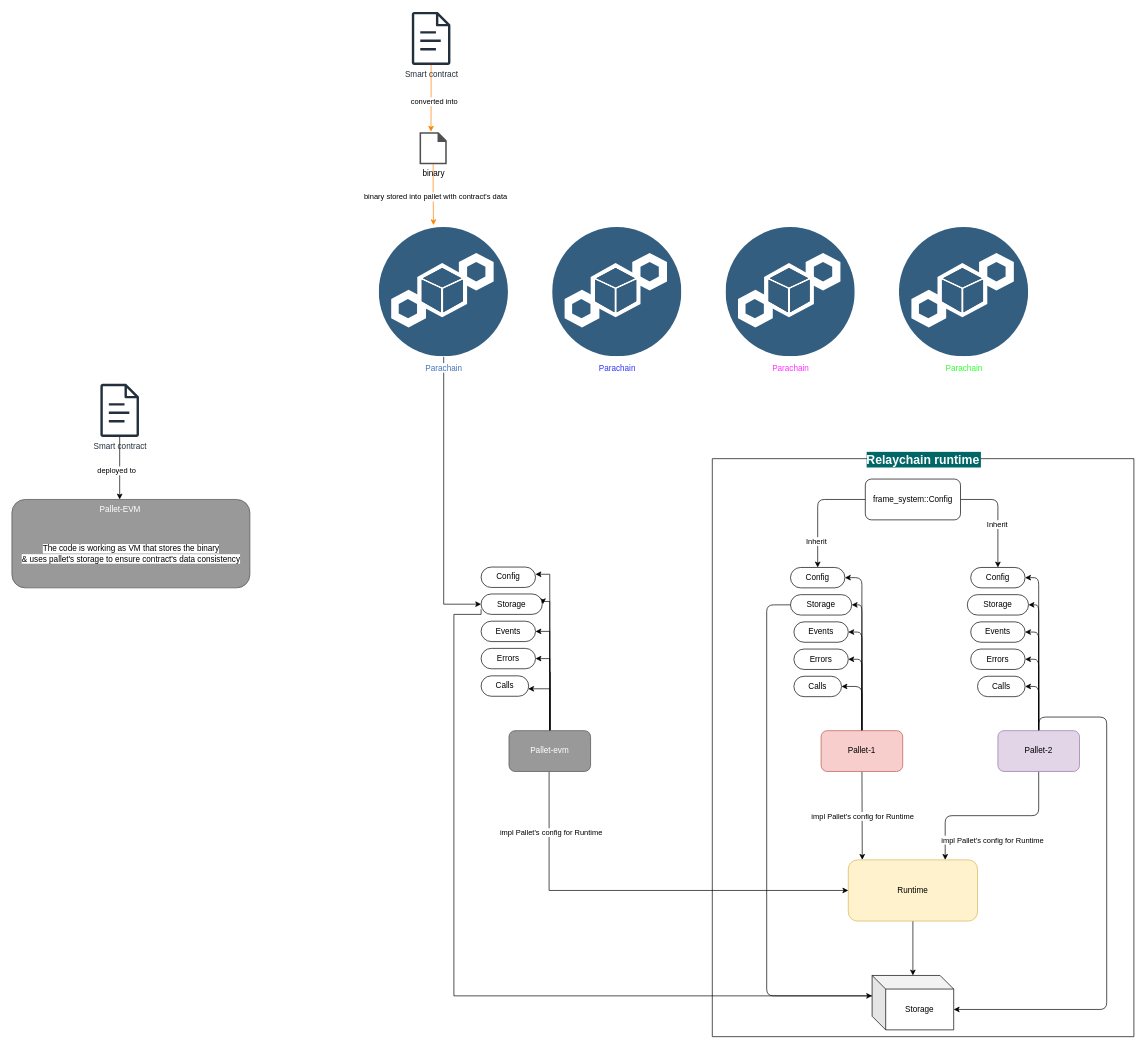
Before: page "Runtime Arch" (2 of 6) of img/substrate_learning.drawio in abhi3700/My_Learning_Substrate, a draw.io diagram. Source tidied: cells renumbered, new cells numbered last; positions are measured from the earlier drawing's top-left corner, leaving out a move shared by most shapes. Both pictures are drawn from the tidied source at 68%, with x=0, y=0 at pixel (12, 12).
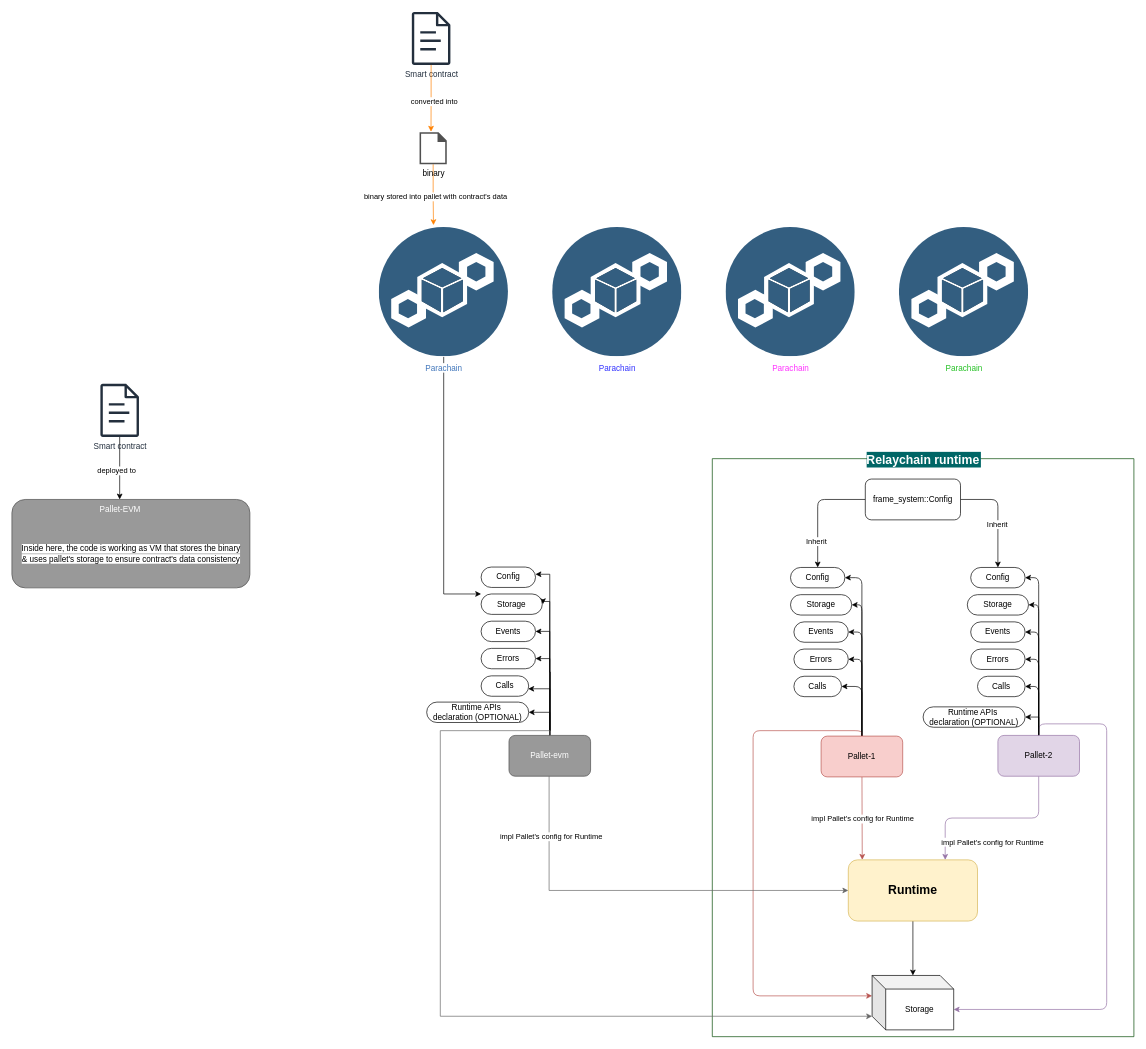
The same diagram, later.

Unchanged cells that the change refers to:
```xml
<mxCell id="28" value="Storage" style="shape=cube;whiteSpace=wrap;html=1;boundedLbl=1;backgroundOutline=1;darkOpacity=0.05;darkOpacity2=0.1;rounded=1;" parent="1" vertex="1">
  <mxGeometry x="1265" y="1417" width="120" height="80" as="geometry" />
</mxCell>
<mxCell id="31" value="&lt;span style=&quot;font-weight: normal;&quot;&gt;Storage&lt;/span&gt;" style="whiteSpace=wrap;html=1;rounded=1;arcSize=50;align=center;verticalAlign=middle;strokeWidth=1;spacing=4;newEdgeStyle={&quot;edgeStyle&quot;:&quot;entityRelationEdgeStyle&quot;,&quot;startArrow&quot;:&quot;none&quot;,&quot;endArrow&quot;:&quot;none&quot;,&quot;segment&quot;:10,&quot;curved&quot;:1,&quot;sourcePerimeterSpacing&quot;:0,&quot;targetPerimeterSpacing&quot;:0};fontStyle=1;" parent="1" vertex="1">
  <mxGeometry x="1145" y="857" width="90" height="30" as="geometry" />
</mxCell>
<mxCell id="39" value="Parachain" style="image;perimeter=ellipsePerimeter;html=1;align=center;shadow=0;dashed=0;fontColor=#4277BB;labelBackgroundColor=default;fontSize=12;spacingTop=3;image=img/lib/ibm/blockchain/ledger.svg;imageBackground=default;" parent="1" vertex="1">
  <mxGeometry x="540" y="317" width="190" height="190" as="geometry" />
</mxCell>
<mxCell id="63" value="&lt;span style=&quot;font-weight: normal;&quot;&gt;Storage&lt;/span&gt;" style="whiteSpace=wrap;html=1;rounded=1;arcSize=50;align=center;verticalAlign=middle;strokeWidth=1;spacing=4;newEdgeStyle={&quot;edgeStyle&quot;:&quot;entityRelationEdgeStyle&quot;,&quot;startArrow&quot;:&quot;none&quot;,&quot;endArrow&quot;:&quot;none&quot;,&quot;segment&quot;:10,&quot;curved&quot;:1,&quot;sourcePerimeterSpacing&quot;:0,&quot;targetPerimeterSpacing&quot;:0};fontStyle=1;" parent="1" vertex="1">
  <mxGeometry x="690" y="856" width="90" height="30" as="geometry" />
</mxCell>
<mxCell id="67" style="group;" parent="1" vertex="1">
  <mxGeometry y="717" width="350" height="130" as="geometry" />
</mxCell>
```

What changed in the source:
```diff
@@
-    <mxCell id="2" style="edgeStyle=none;html=1;startArrow=classic;startFill=1;endArrow=none;endFill=0;exitX=0.108;exitY=0;exitDx=0;exitDy=0;exitPerimeter=0;" parent="1" edge="1" source="13" target="10">
+    <mxCell id="2" style="edgeStyle=none;html=1;startArrow=classic;startFill=1;endArrow=none;endFill=0;exitX=0.108;exitY=0;exitDx=0;exitDy=0;exitPerimeter=0;fillColor=#f8cecc;strokeColor=#b85450;" parent="1" edge="1" source="13" target="10">
       <mxGeometry relative="1" as="geometry" />
     </mxCell>
@@
-    <mxCell id="7" style="edgeStyle=orthogonalEdgeStyle;rounded=1;html=1;entryX=0;entryY=0;entryDx=0;entryDy=30;entryPerimeter=0;startArrow=none;startFill=0;endArrow=classic;endFill=1;exitX=0;exitY=0.5;exitDx=0;exitDy=0;" parent="1" edge="1" source="31" target="28">
+    <mxCell id="7" style="edgeStyle=orthogonalEdgeStyle;rounded=1;html=1;entryX=0;entryY=0;entryDx=0;entryDy=30;entryPerimeter=0;startArrow=none;startFill=0;endArrow=classic;endFill=1;exitX=0.5;exitY=0;exitDx=0;exitDy=0;fillColor=#f8cecc;strokeColor=#b85450;" parent="1" edge="1" source="10" target="28">
       <mxGeometry relative="1" as="geometry">
         <Array as="points">
-          <mxPoint x="1110" y="872" />
-          <mxPoint x="1110" y="1447" />
+          <mxPoint x="1090" y="1057" />
+          <mxPoint x="1090" y="1447" />
         </Array>
       </mxGeometry>
     </mxCell>
@@
     <mxCell id="10" value="Pallet-1" style="whiteSpace=wrap;html=1;fillColor=#f8cecc;strokeColor=#b85450;rounded=1;" parent="1" vertex="1">
-      <mxGeometry x="1190" y="1057" width="120" height="60" as="geometry" />
+      <mxGeometry x="1190" y="1065" width="120" height="60" as="geometry" />
     </mxCell>
@@
-    <mxCell id="13" value="Runtime" style="rounded=1;whiteSpace=wrap;html=1;fillColor=#fff2cc;strokeColor=#d6b656;" parent="1" vertex="1">
+    <mxCell id="13" value="&lt;b&gt;&lt;font style=&quot;font-size: 18px;&quot;&gt;Runtime&lt;/font&gt;&lt;/b&gt;" style="rounded=1;whiteSpace=wrap;html=1;fillColor=#fff2cc;strokeColor=#d6b656;" parent="1" vertex="1">
       <mxGeometry x="1230" y="1247" width="190" height="90" as="geometry" />
     </mxCell>
@@
-    <mxCell id="19" style="edgeStyle=orthogonalEdgeStyle;html=1;entryX=0.75;entryY=0;entryDx=0;entryDy=0;startArrow=none;startFill=0;endArrow=classic;endFill=1;exitX=0.5;exitY=1;exitDx=0;exitDy=0;" parent="1" edge="1" source="24" target="13">
+    <mxCell id="19" style="edgeStyle=orthogonalEdgeStyle;html=1;entryX=0.75;entryY=0;entryDx=0;entryDy=0;startArrow=none;startFill=0;endArrow=classic;endFill=1;exitX=0.5;exitY=1;exitDx=0;exitDy=0;fillColor=#e1d5e7;strokeColor=#9673a6;" parent="1" edge="1" source="24" target="13">
       <mxGeometry relative="1" as="geometry" />
     </mxCell>
@@
-    <mxCell id="21" style="edgeStyle=orthogonalEdgeStyle;rounded=1;html=1;entryX=0;entryY=0;entryDx=120;entryDy=50;entryPerimeter=0;startArrow=none;startFill=0;endArrow=classic;endFill=1;exitX=0.5;exitY=0;exitDx=0;exitDy=0;" parent="1" edge="1" source="24" target="28">
+    <mxCell id="21" style="edgeStyle=orthogonalEdgeStyle;rounded=1;html=1;entryX=0;entryY=0;entryDx=120;entryDy=50;entryPerimeter=0;startArrow=none;startFill=0;endArrow=classic;endFill=1;exitX=0.5;exitY=0;exitDx=0;exitDy=0;fillColor=#e1d5e7;strokeColor=#9673a6;" parent="1" edge="1" source="24" target="28">
       <mxGeometry relative="1" as="geometry">
         <Array as="points">
-          <mxPoint x="1510" y="1037" />
-          <mxPoint x="1610" y="1037" />
+          <mxPoint x="1510" y="1047" />
+          <mxPoint x="1610" y="1047" />
           <mxPoint x="1610" y="1467" />
         </Array>
       </mxGeometry>
     </mxCell>
@@
+    <mxCell id="71" style="edgeStyle=orthogonalEdgeStyle;rounded=0;jettySize=auto;html=1;entryX=1;entryY=0.5;entryDx=0;entryDy=0;" parent="1" edge="1" source="24" target="72">
+      <mxGeometry relative="1" as="geometry" />
+    </mxCell>
     <mxCell id="24" value="Pallet-2" style="whiteSpace=wrap;html=1;fillColor=#e1d5e7;strokeColor=#9673a6;rounded=1;" parent="1" vertex="1">
-      <mxGeometry x="1450" y="1057" width="120" height="60" as="geometry" />
+      <mxGeometry x="1450" y="1064" width="120" height="60" as="geometry" />
     </mxCell>
@@
-    <mxCell id="38" style="edgeStyle=orthogonalEdgeStyle;rounded=0;jettySize=auto;html=1;entryX=0;entryY=0.5;entryDx=0;entryDy=0;" parent="1" edge="1" source="39" target="63">
-      <mxGeometry relative="1" as="geometry" />
+    <mxCell id="38" style="edgeStyle=orthogonalEdgeStyle;rounded=0;jettySize=auto;html=1;entryX=0;entryY=0;entryDx=0;entryDy=0;" parent="1" edge="1" source="39" target="63">
+      <mxGeometry relative="1" as="geometry">
+        <Array as="points">
+          <mxPoint x="635" y="856" />
+        </Array>
+      </mxGeometry>
     </mxCell>
@@
-    <mxCell id="40" value="Relaychain runtime" style="swimlane;startSize=0;fontSize=18;labelBackgroundColor=#006666;fontColor=#FFFFFF;" parent="1" vertex="1">
+    <mxCell id="40" value="Relaychain runtime" style="swimlane;startSize=0;fontSize=18;labelBackgroundColor=#006666;fontColor=#ffffff;fillColor=#008a00;strokeColor=#004700;" parent="1" vertex="1">
       <mxGeometry x="1030" y="657" width="620" height="850" as="geometry" />
     </mxCell>
+    <mxCell id="72" value="&lt;span style=&quot;font-weight: normal;&quot;&gt;Runtime APIs&amp;nbsp;&lt;/span&gt;&lt;div&gt;&lt;span style=&quot;font-weight: normal;&quot;&gt;declaration (OPTIONAL)&lt;/span&gt;&lt;/div&gt;" style="whiteSpace=wrap;html=1;rounded=1;arcSize=50;align=center;verticalAlign=middle;strokeWidth=1;spacing=4;newEdgeStyle={&quot;edgeStyle&quot;:&quot;entityRelationEdgeStyle&quot;,&quot;startArrow&quot;:&quot;none&quot;,&quot;endArrow&quot;:&quot;none&quot;,&quot;segment&quot;:10,&quot;curved&quot;:1,&quot;sourcePerimeterSpacing&quot;:0,&quot;targetPerimeterSpacing&quot;:0};fontStyle=1;" parent="40" vertex="1">
+      <mxGeometry x="310" y="365" width="150" height="30" as="geometry" />
+    </mxCell>
@@
-    <mxCell id="43" value="Parachain" style="image;perimeter=ellipsePerimeter;html=1;align=center;shadow=0;dashed=0;fontColor=#33FF33;labelBackgroundColor=default;fontSize=12;spacingTop=3;image=img/lib/ibm/blockchain/ledger.svg;imageBackground=default;" parent="1" vertex="1">
+    <mxCell id="43" value="&lt;font color=&quot;#27c227&quot;&gt;Parachain&lt;/font&gt;" style="image;perimeter=ellipsePerimeter;html=1;align=center;shadow=0;dashed=0;fontColor=#33FF33;labelBackgroundColor=default;fontSize=12;spacingTop=3;image=img/lib/ibm/blockchain/ledger.svg;imageBackground=default;" parent="1" vertex="1">
       <mxGeometry x="1305" y="317" width="190" height="190" as="geometry" />
     </mxCell>
-    <mxCell id="44" style="edgeStyle=orthogonalEdgeStyle;rounded=0;jettySize=auto;html=1;entryX=0;entryY=0.5;entryDx=0;entryDy=0;" parent="1" edge="1" source="51" target="13">
+    <mxCell id="44" style="edgeStyle=orthogonalEdgeStyle;rounded=0;jettySize=auto;html=1;entryX=0;entryY=0.5;entryDx=0;entryDy=0;fillColor=#f5f5f5;strokeColor=#666666;" parent="1" edge="1" source="51" target="13">
       <mxGeometry relative="1" as="geometry">
         <Array as="points">
           <mxPoint x="790" y="1292" />
         </Array>
       </mxGeometry>
     </mxCell>
@@
+    <mxCell id="73" style="edgeStyle=orthogonalEdgeStyle;rounded=0;jettySize=auto;html=1;entryX=1;entryY=0.5;entryDx=0;entryDy=0;" parent="1" edge="1" source="51" target="74">
+      <mxGeometry relative="1" as="geometry" />
+    </mxCell>
     <mxCell id="51" value="&lt;font color=&quot;#ffffff&quot;&gt;Pallet-evm&lt;/font&gt;" style="whiteSpace=wrap;html=1;fillColor=#999999;strokeColor=#4D4D4D;rounded=1;" parent="1" vertex="1">
-      <mxGeometry x="731" y="1057" width="120" height="60" as="geometry" />
+      <mxGeometry x="731" y="1064" width="120" height="60" as="geometry" />
     </mxCell>
@@
-    <mxCell id="62" style="edgeStyle=orthogonalEdgeStyle;rounded=0;jettySize=auto;html=1;startArrow=none;endArrow=none;segment=10;sourcePerimeterSpacing=0;targetPerimeterSpacing=0;exitX=0;exitY=0.75;exitDx=0;exitDy=0;entryX=0;entryY=0;entryDx=0;entryDy=30;entryPerimeter=0;" parent="1" edge="1" source="63" target="28">
-      <mxGeometry relative="1" as="geometry">
-        <Array as="points">
-          <mxPoint x="690" y="886" />
-          <mxPoint x="650" y="886" />
-          <mxPoint x="650" y="1447" />
-        </Array>
-      </mxGeometry>
-    </mxCell>
@@
-    <mxCell id="70" value="&lt;span style=&quot;background-color: rgb(255, 255, 255);&quot;&gt;The code is working as VM that stores the binary &lt;br&gt;&amp;amp; uses pallet's storage to ensure contract's data consistency&lt;/span&gt;" style="text;html=1;align=center;verticalAlign=middle;strokeColor=none;fillColor=none;" parent="67" vertex="1">
-      <mxGeometry x="5" y="60" width="340" height="40" as="geometry" />
+    <mxCell id="70" value="&lt;span style=&quot;background-color: rgb(255, 255, 255);&quot;&gt;Inside here, the code is working as VM that stores the binary &lt;br&gt;&amp;amp; uses pallet's storage to ensure contract's data consistency&lt;/span&gt;" style="text;html=1;align=center;verticalAlign=middle;strokeColor=none;fillColor=none;" parent="67" vertex="1">
+      <mxGeometry y="60" width="350" height="40" as="geometry" />
     </mxCell>
+    <mxCell id="74" value="&lt;span style=&quot;font-weight: normal;&quot;&gt;Runtime APIs&amp;nbsp;&lt;/span&gt;&lt;div&gt;&lt;span style=&quot;font-weight: normal;&quot;&gt;declaration (OPTIONAL)&lt;/span&gt;&lt;/div&gt;" style="whiteSpace=wrap;html=1;rounded=1;arcSize=50;align=center;verticalAlign=middle;strokeWidth=1;spacing=4;newEdgeStyle={&quot;edgeStyle&quot;:&quot;entityRelationEdgeStyle&quot;,&quot;startArrow&quot;:&quot;none&quot;,&quot;endArrow&quot;:&quot;none&quot;,&quot;segment&quot;:10,&quot;curved&quot;:1,&quot;sourcePerimeterSpacing&quot;:0,&quot;targetPerimeterSpacing&quot;:0};fontStyle=1;" parent="1" vertex="1">
+      <mxGeometry x="610" y="1015" width="150" height="30" as="geometry" />
+    </mxCell>
+    <mxCell id="75" style="edgeStyle=orthogonalEdgeStyle;rounded=0;jettySize=auto;html=1;startArrow=none;endArrow=classic;segment=10;sourcePerimeterSpacing=0;targetPerimeterSpacing=0;entryX=0;entryY=0;entryDx=0;entryDy=60;entryPerimeter=0;endFill=1;fillColor=#f5f5f5;strokeColor=#666666;exitX=0.5;exitY=0;exitDx=0;exitDy=0;" parent="1" edge="1" source="51" target="28">
+      <mxGeometry relative="1" as="geometry">
+        <Array as="points">
+          <mxPoint x="791" y="1057" />
+          <mxPoint x="630" y="1057" />
+          <mxPoint x="630" y="1477" />
+        </Array>
+      </mxGeometry>
+    </mxCell>
```
